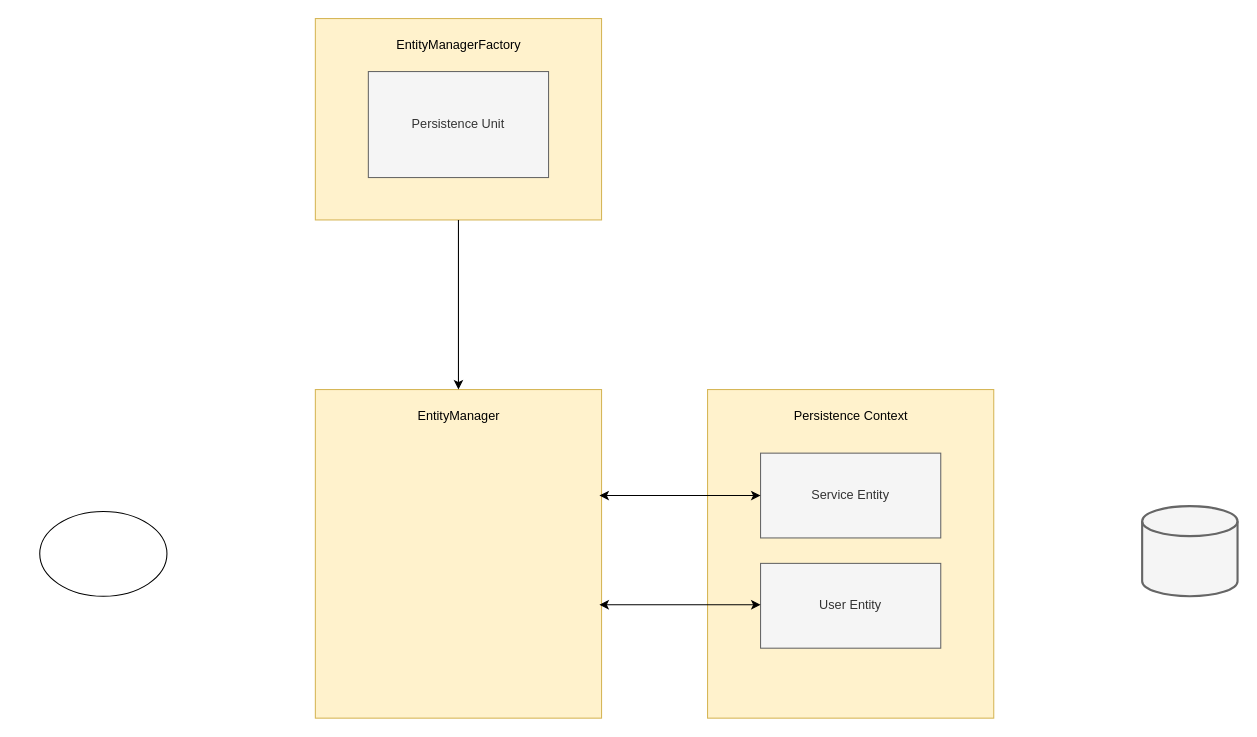
TreeStone94/drawio keeps this draw.io diagram as page "페이지-5" (5 of 5) of architecture/spring-memory.drawio. Above is the earlier version. Source tidied: cells renumbered, new cells numbered last; positions are measured from the earlier drawing's top-left corner, leaving out a move shared by most shapes. Both pictures are drawn from the tidied source at 106%, with x=0, y=0 at pixel (39, 18).
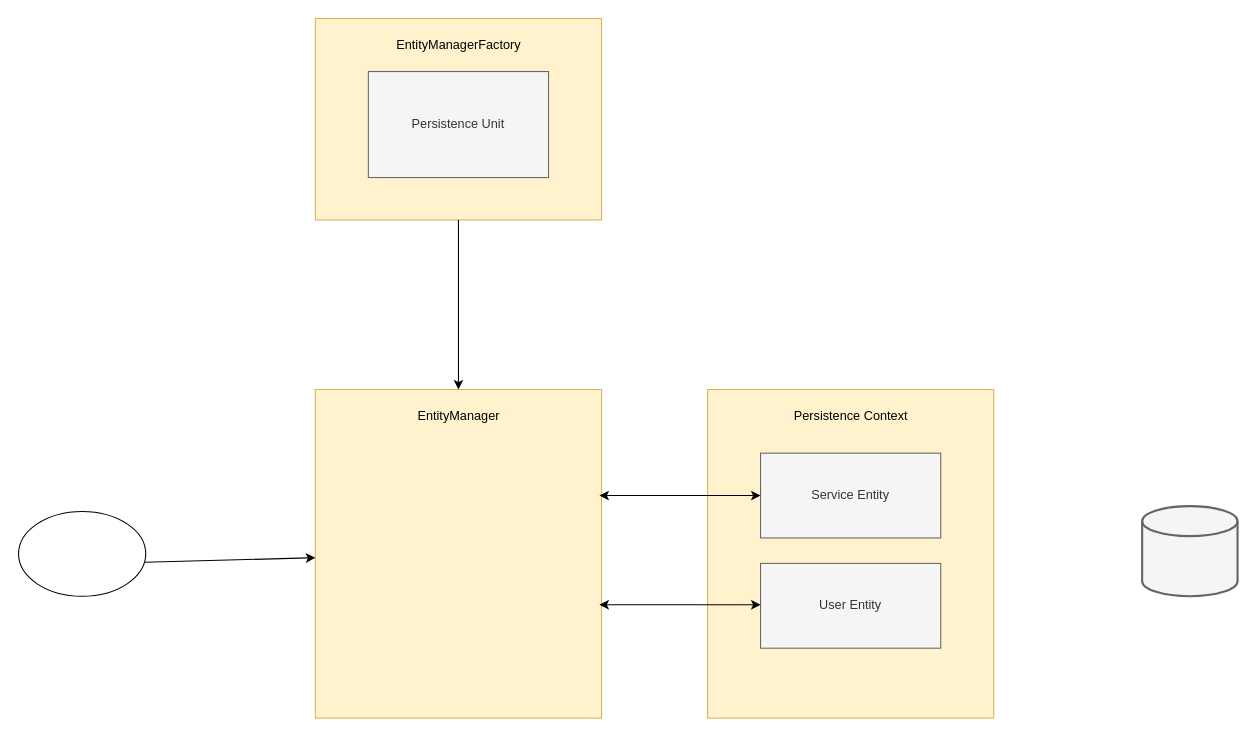
The same page after the edit.

The edit, as a diff of the source:
```diff
@@
 <mxGraphModel>
   <root>
     <mxCell id="0" />
     <mxCell id="1" parent="0" />
     <mxCell id="2" style="rounded=0;whiteSpace=wrap;html=1;fillColor=#fff2cc;strokeColor=#d6b656;" parent="1" vertex="1">
       <mxGeometry x="260" y="350" width="270" height="310" as="geometry" />
     </mxCell>
     <mxCell id="3" style="rounded=0;whiteSpace=wrap;html=1;fillColor=#fff2cc;strokeColor=#d6b656;" parent="1" vertex="1">
       <mxGeometry x="630" y="350" width="270" height="310" as="geometry" />
     </mxCell>
     <mxCell id="4" value="Persistence Context" style="text;html=1;align=center;verticalAlign=middle;whiteSpace=wrap;rounded=0;" parent="1" vertex="1">
       <mxGeometry x="662.5" y="360" width="205" height="30" as="geometry" />
     </mxCell>
     <mxCell id="5" value="EntityManager" style="text;html=1;align=center;verticalAlign=middle;whiteSpace=wrap;rounded=0;" parent="1" vertex="1">
       <mxGeometry x="292.5" y="360" width="205" height="30" as="geometry" />
     </mxCell>
     <mxCell id="6" value="Service Entity" style="rounded=0;whiteSpace=wrap;html=1;fillColor=#f5f5f5;strokeColor=#666666;fontColor=#333333;" parent="1" vertex="1">
       <mxGeometry x="680" y="410" width="170" height="80" as="geometry" />
     </mxCell>
     <mxCell id="7" value="User Entity" style="rounded=0;whiteSpace=wrap;html=1;fillColor=#f5f5f5;strokeColor=#666666;fontColor=#333333;" parent="1" vertex="1">
       <mxGeometry x="680" y="514" width="170" height="80" as="geometry" />
     </mxCell>
     <mxCell id="8" style="endArrow=classic;startArrow=classic;html=1;rounded=0;entryX=0;entryY=0.5;entryDx=0;entryDy=0;" parent="1" edge="1" target="6">
       <mxGeometry relative="1" as="geometry">
         <mxPoint x="528" y="450" as="sourcePoint" />
       </mxGeometry>
     </mxCell>
     <mxCell id="9" style="endArrow=classic;startArrow=classic;html=1;rounded=0;entryX=0;entryY=0.5;entryDx=0;entryDy=0;" parent="1" edge="1">
       <mxGeometry relative="1" as="geometry">
         <mxPoint x="528" y="553" as="sourcePoint" />
         <mxPoint x="680" y="553" as="targetPoint" />
       </mxGeometry>
     </mxCell>
     <mxCell id="10" style="rounded=0;whiteSpace=wrap;html=1;fillColor=#fff2cc;strokeColor=#d6b656;" parent="1" vertex="1">
       <mxGeometry x="260" width="270" height="190" as="geometry" />
     </mxCell>
     <mxCell id="11" value="EntityManagerFactory" style="text;html=1;align=center;verticalAlign=middle;whiteSpace=wrap;rounded=0;" parent="1" vertex="1">
       <mxGeometry x="292.5" y="10" width="205" height="30" as="geometry" />
     </mxCell>
     <mxCell id="12" style="endArrow=classic;html=1;rounded=0;exitX=0.5;exitY=1;exitDx=0;exitDy=0;entryX=0.5;entryY=0;entryDx=0;entryDy=0;" parent="1" edge="1" source="10" target="2">
       <mxGeometry relative="1" as="geometry" />
     </mxCell>
     <mxCell id="13" value="Persistence Unit" style="rounded=0;whiteSpace=wrap;html=1;fillColor=#f5f5f5;strokeColor=#666666;fontColor=#333333;" parent="1" vertex="1">
       <mxGeometry x="310" y="50" width="170" height="100" as="geometry" />
     </mxCell>
     <mxCell id="14" style="ellipse;whiteSpace=wrap;html=1;" parent="1" vertex="1">
-      <mxGeometry y="465" width="120" height="80" as="geometry" />
+      <mxGeometry x="-20" y="465" width="120" height="80" as="geometry" />
     </mxCell>
     <mxCell id="15" style="strokeWidth=2;html=1;shape=mxgraph.flowchart.database;whiteSpace=wrap;fillColor=#f5f5f5;fontColor=#333333;strokeColor=#666666;" parent="1" vertex="1">
       <mxGeometry x="1040" y="460" width="90" height="85" as="geometry" />
     </mxCell>
+    <mxCell id="16" style="endArrow=classic;html=1;rounded=0;exitX=0.992;exitY=0.6;exitDx=0;exitDy=0;exitPerimeter=0;" parent="1" edge="1" source="14" target="2">
+      <mxGeometry relative="1" as="geometry" />
+    </mxCell>
   </root>
 </mxGraphModel>
```
